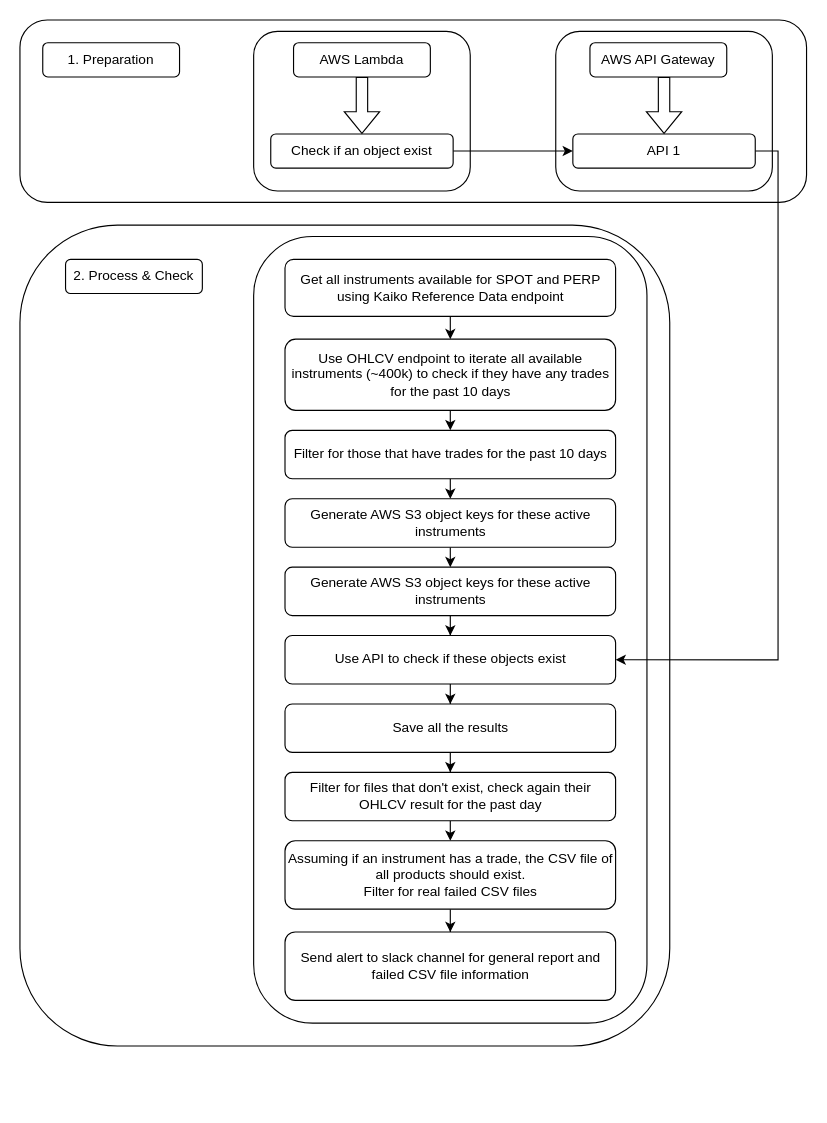
Before: aws_file_monitor_v1.drawio in handsomevictor/large_files, a draw.io diagram. Source tidied: cells renumbered, new cells numbered last; positions are measured from the earlier drawing's top-left corner, leaving out a move shared by most shapes. Both pictures are drawn from the tidied source at 114%, with x=0, y=0 at pixel (19, 19).
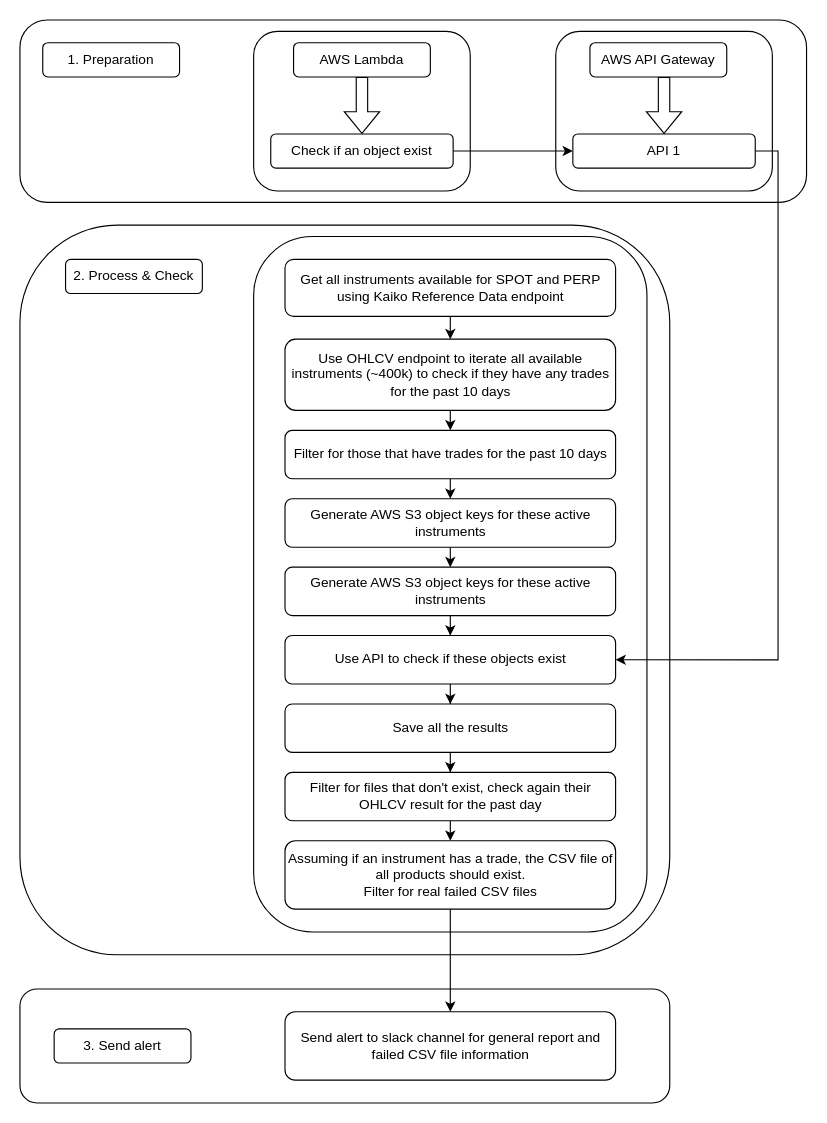
The same page after the edit.

Change to the diagram source:
```diff
@@
     <mxCell id="2" style="rounded=1;whiteSpace=wrap;html=1;" parent="1" vertex="1">
-      <mxGeometry y="180" width="570" height="720" as="geometry" />
+      <mxGeometry y="180" width="570" height="640" as="geometry" />
     </mxCell>
     <mxCell id="3" style="rounded=1;whiteSpace=wrap;html=1;" parent="1" vertex="1">
-      <mxGeometry x="205" y="190" width="345" height="690" as="geometry" />
+      <mxGeometry x="205" y="190" width="345" height="610" as="geometry" />
     </mxCell>
@@
+    <mxCell id="34" value="Assuming if an instrument has a trade, the CSV file of all products should exist. &lt;br&gt;Filter for real failed CSV files" style="rounded=1;whiteSpace=wrap;html=1;" parent="1" vertex="1">
+      <mxGeometry x="232.5" y="720" width="290" height="60" as="geometry" />
+    </mxCell>
+    <mxCell id="36" style="whiteSpace=wrap;html=1;rounded=1;" parent="1" vertex="1">
+      <mxGeometry y="850" width="570" height="100" as="geometry" />
+    </mxCell>
+    <mxCell id="35" value="Send alert to slack channel for general report and failed CSV file information" style="rounded=1;whiteSpace=wrap;html=1;" parent="1" vertex="1">
+      <mxGeometry x="232.5" y="870" width="290" height="60" as="geometry" />
+    </mxCell>
+    <mxCell id="37" value="3. Send alert" style="rounded=1;whiteSpace=wrap;html=1;" parent="1" vertex="1">
+      <mxGeometry x="30" y="885" width="120" height="30" as="geometry" />
+    </mxCell>
@@
-    <mxCell id="34" value="Assuming if an instrument has a trade, the CSV file of all products should exist. &lt;br&gt;Filter for real failed CSV files" style="rounded=1;whiteSpace=wrap;html=1;" parent="1" vertex="1">
-      <mxGeometry x="232.5" y="720" width="290" height="60" as="geometry" />
-    </mxCell>
-    <mxCell id="35" value="Send alert to slack channel for general report and failed CSV file information" style="rounded=1;whiteSpace=wrap;html=1;" parent="1" vertex="1">
-      <mxGeometry x="232.5" y="800" width="290" height="60" as="geometry" />
-    </mxCell>
```
